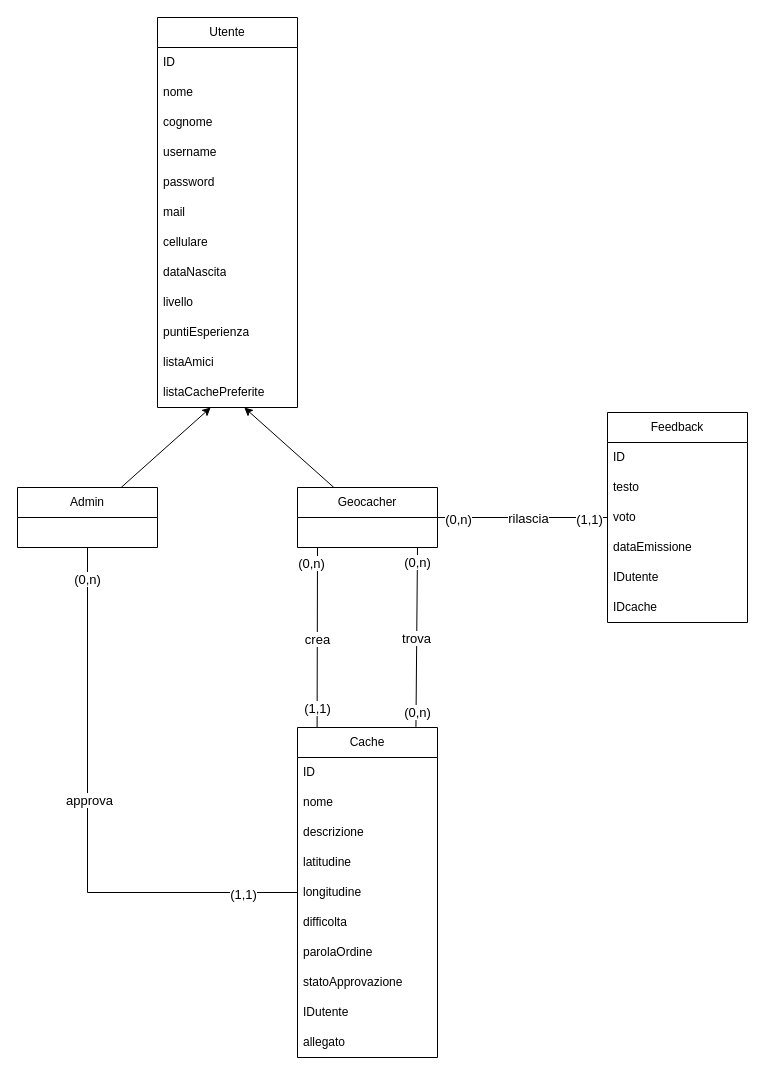
Carmine-Pittella/Applicazione-Mobile keeps this draw.io diagram as Class diagram.drawio. Above is the earlier version. Source tidied: cells renumbered, new cells numbered last; positions are measured from the earlier drawing's top-left corner, leaving out a move shared by most shapes. Both pictures are drawn from the tidied source at 100%, with x=0, y=0 at pixel (17, 17).
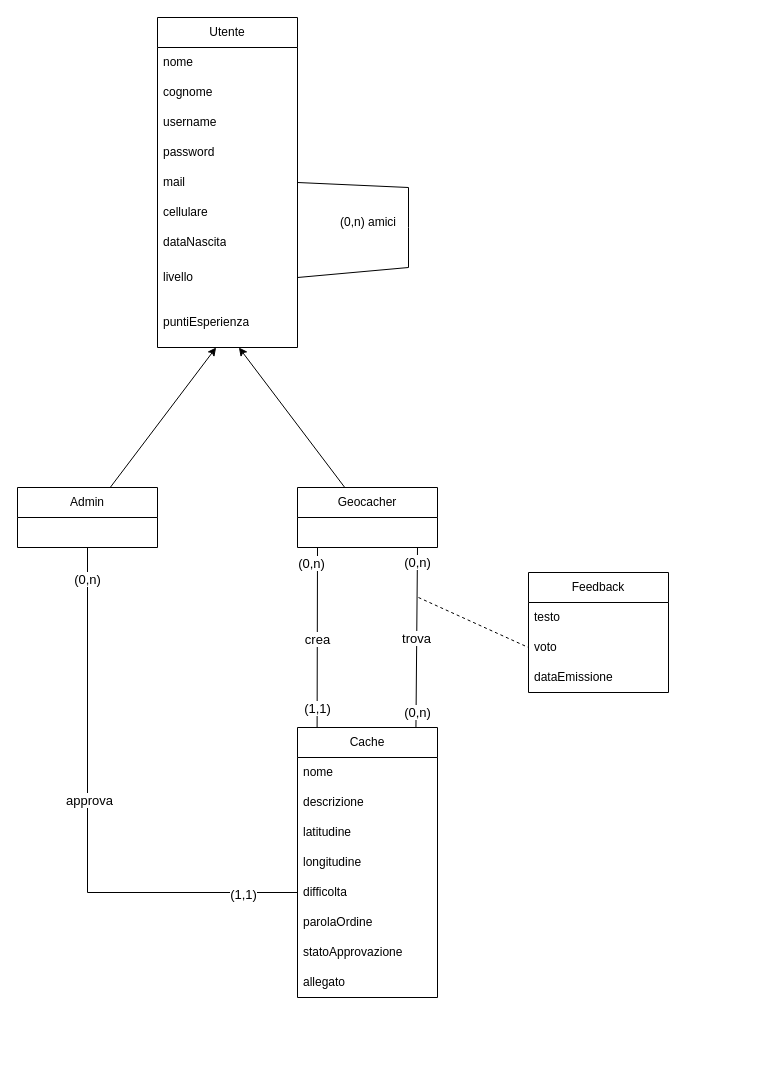
After the change.

Commit message:
class diagram corretto, carmine puzzone

Unchanged cells that the change refers to:
```xml
<mxCell id="30" value="Admin" style="swimlane;fontStyle=0;horizontal=1;startSize=30;whiteSpace=wrap;html=1;" parent="1" vertex="1">
  <mxGeometry y="470" width="140" height="60" as="geometry" />
</mxCell>
<mxCell id="35" value="Geocacher" style="swimlane;fontStyle=0;horizontal=1;startSize=30;whiteSpace=wrap;html=1;" parent="1" vertex="1">
  <mxGeometry x="280" y="470" width="140" height="60" as="geometry" />
</mxCell>
```

Diff of the diagram source:
```diff
@@
     <mxCell id="2" value="Utente" style="swimlane;fontStyle=0;horizontal=1;startSize=30;whiteSpace=wrap;html=1;" parent="1" vertex="1">
-      <mxGeometry x="140" width="140" height="390" as="geometry" />
+      <mxGeometry x="140" width="140" height="330" as="geometry" />
     </mxCell>
-    <mxCell id="3" value="ID" style="text;strokeColor=none;fillColor=none;align=left;verticalAlign=middle;spacingLeft=4;spacingRight=4;overflow=hidden;whiteSpace=wrap;html=1;" parent="2" vertex="1">
-      <mxGeometry y="30" width="140" height="30" as="geometry" />
-    </mxCell>
     <mxCell id="4" value="nome" style="text;strokeColor=none;fillColor=none;align=left;verticalAlign=middle;spacingLeft=4;spacingRight=4;overflow=hidden;whiteSpace=wrap;html=1;" parent="2" vertex="1">
-      <mxGeometry y="60" width="140" height="30" as="geometry" />
+      <mxGeometry y="30" width="140" height="30" as="geometry" />
     </mxCell>
     <mxCell id="5" value="cognome" style="text;strokeColor=none;fillColor=none;align=left;verticalAlign=middle;spacingLeft=4;spacingRight=4;overflow=hidden;whiteSpace=wrap;html=1;" parent="2" vertex="1">
-      <mxGeometry y="90" width="140" height="30" as="geometry" />
+      <mxGeometry y="60" width="140" height="30" as="geometry" />
     </mxCell>
     <mxCell id="6" value="username" style="text;strokeColor=none;fillColor=none;align=left;verticalAlign=middle;spacingLeft=4;spacingRight=4;overflow=hidden;whiteSpace=wrap;html=1;" parent="2" vertex="1">
-      <mxGeometry y="120" width="140" height="30" as="geometry" />
+      <mxGeometry y="90" width="140" height="30" as="geometry" />
     </mxCell>
     <mxCell id="7" value="password" style="text;strokeColor=none;fillColor=none;align=left;verticalAlign=middle;spacingLeft=4;spacingRight=4;overflow=hidden;whiteSpace=wrap;html=1;" parent="2" vertex="1">
-      <mxGeometry y="150" width="140" height="30" as="geometry" />
+      <mxGeometry y="120" width="140" height="30" as="geometry" />
     </mxCell>
     <mxCell id="8" value="mail" style="text;strokeColor=none;fillColor=none;align=left;verticalAlign=middle;spacingLeft=4;spacingRight=4;overflow=hidden;points=[[0,0.5],[1,0.5]];portConstraint=eastwest;whiteSpace=wrap;html=1;" parent="2" vertex="1">
-      <mxGeometry y="180" width="140" height="30" as="geometry" />
+      <mxGeometry y="150" width="140" height="30" as="geometry" />
     </mxCell>
     <mxCell id="9" value="cellulare" style="text;strokeColor=none;fillColor=none;align=left;verticalAlign=middle;spacingLeft=4;spacingRight=4;overflow=hidden;whiteSpace=wrap;html=1;" parent="2" vertex="1">
-      <mxGeometry y="210" width="140" height="30" as="geometry" />
+      <mxGeometry y="180" width="140" height="30" as="geometry" />
     </mxCell>
     <mxCell id="10" value="dataNascita" style="text;strokeColor=none;fillColor=none;align=left;verticalAlign=middle;spacingLeft=4;spacingRight=4;overflow=hidden;whiteSpace=wrap;html=1;" parent="2" vertex="1">
-      <mxGeometry y="240" width="140" height="30" as="geometry" />
+      <mxGeometry y="210" width="140" height="30" as="geometry" />
     </mxCell>
     <mxCell id="11" value="livello" style="text;strokeColor=none;fillColor=none;align=left;verticalAlign=middle;spacingLeft=4;spacingRight=4;overflow=hidden;points=[[0,0.5],[1,0.5]];portConstraint=eastwest;whiteSpace=wrap;html=1;" parent="2" vertex="1">
-      <mxGeometry y="270" width="140" height="30" as="geometry" />
+      <mxGeometry y="240" width="140" height="40" as="geometry" />
     </mxCell>
     <mxCell id="12" value="puntiEsperienza" style="text;strokeColor=none;fillColor=none;align=left;verticalAlign=middle;spacingLeft=4;spacingRight=4;overflow=hidden;whiteSpace=wrap;html=1;" parent="2" vertex="1">
-      <mxGeometry y="300" width="140" height="30" as="geometry" />
+      <mxGeometry y="280" width="140" height="50" as="geometry" />
     </mxCell>
-    <mxCell id="13" value="listaAmici" style="text;strokeColor=none;fillColor=none;align=left;verticalAlign=middle;spacingLeft=4;spacingRight=4;overflow=hidden;whiteSpace=wrap;html=1;" parent="2" vertex="1">
-      <mxGeometry y="330" width="140" height="30" as="geometry" />
-    </mxCell>
-    <mxCell id="14" value="listaCachePreferite" style="text;strokeColor=none;fillColor=none;align=left;verticalAlign=middle;spacingLeft=4;spacingRight=4;overflow=hidden;points=[[0,0.5],[1,0.5]];portConstraint=eastwest;whiteSpace=wrap;html=1;" parent="2" vertex="1">
-      <mxGeometry y="360" width="140" height="30" as="geometry" />
-    </mxCell>
+    <mxCell id="53" style="endArrow=none;html=1;rounded=0;exitX=1;exitY=0.5;exitDx=0;exitDy=0;entryX=1;entryY=0.5;entryDx=0;entryDy=0;" parent="2" edge="1" source="11" target="8">
+      <mxGeometry relative="1" as="geometry">
+        <Array as="points">
+          <mxPoint x="251" y="250" />
+          <mxPoint x="251" y="210" />
+          <mxPoint x="251" y="170" />
+        </Array>
+      </mxGeometry>
+    </mxCell>
     <mxCell id="15" value="Cache" style="swimlane;fontStyle=0;horizontal=1;startSize=30;whiteSpace=wrap;html=1;" parent="1" vertex="1">
-      <mxGeometry x="280" y="710" width="140" height="330" as="geometry" />
+      <mxGeometry x="280" y="710" width="140" height="270" as="geometry" />
     </mxCell>
-    <mxCell id="16" value="ID" style="text;strokeColor=none;fillColor=none;align=left;verticalAlign=middle;spacingLeft=4;spacingRight=4;overflow=hidden;whiteSpace=wrap;html=1;" parent="15" vertex="1">
-      <mxGeometry y="30" width="140" height="30" as="geometry" />
-    </mxCell>
     <mxCell id="17" value="nome" style="text;strokeColor=none;fillColor=none;align=left;verticalAlign=middle;spacingLeft=4;spacingRight=4;overflow=hidden;whiteSpace=wrap;html=1;" parent="15" vertex="1">
-      <mxGeometry y="60" width="140" height="30" as="geometry" />
+      <mxGeometry y="30" width="140" height="30" as="geometry" />
     </mxCell>
     <mxCell id="18" value="descrizione" style="text;strokeColor=none;fillColor=none;align=left;verticalAlign=middle;spacingLeft=4;spacingRight=4;overflow=hidden;whiteSpace=wrap;html=1;" parent="15" vertex="1">
-      <mxGeometry y="90" width="140" height="30" as="geometry" />
+      <mxGeometry y="60" width="140" height="30" as="geometry" />
     </mxCell>
     <mxCell id="19" value="latitudine&amp;nbsp;" style="text;strokeColor=none;fillColor=none;align=left;verticalAlign=middle;spacingLeft=4;spacingRight=4;overflow=hidden;whiteSpace=wrap;html=1;" parent="15" vertex="1">
-      <mxGeometry y="120" width="140" height="30" as="geometry" />
+      <mxGeometry y="90" width="140" height="30" as="geometry" />
     </mxCell>
     <mxCell id="20" value="longitudine" style="text;strokeColor=none;fillColor=none;align=left;verticalAlign=middle;spacingLeft=4;spacingRight=4;overflow=hidden;whiteSpace=wrap;html=1;" parent="15" vertex="1">
-      <mxGeometry y="150" width="140" height="30" as="geometry" />
+      <mxGeometry y="120" width="140" height="30" as="geometry" />
     </mxCell>
     <mxCell id="21" value="difficolta" style="text;strokeColor=none;fillColor=none;align=left;verticalAlign=middle;spacingLeft=4;spacingRight=4;overflow=hidden;points=[[0,0.5],[1,0.5]];portConstraint=eastwest;whiteSpace=wrap;html=1;" parent="15" vertex="1">
-      <mxGeometry y="180" width="140" height="30" as="geometry" />
+      <mxGeometry y="150" width="140" height="30" as="geometry" />
     </mxCell>
     <mxCell id="22" value="parolaOrdine" style="text;strokeColor=none;fillColor=none;align=left;verticalAlign=middle;spacingLeft=4;spacingRight=4;overflow=hidden;whiteSpace=wrap;html=1;" parent="15" vertex="1">
-      <mxGeometry y="210" width="140" height="30" as="geometry" />
+      <mxGeometry y="180" width="140" height="30" as="geometry" />
     </mxCell>
     <mxCell id="23" value="statoApprovazione" style="text;strokeColor=none;fillColor=none;align=left;verticalAlign=middle;spacingLeft=4;spacingRight=4;overflow=hidden;whiteSpace=wrap;html=1;" parent="15" vertex="1">
-      <mxGeometry y="240" width="140" height="30" as="geometry" />
+      <mxGeometry y="210" width="140" height="30" as="geometry" />
     </mxCell>
-    <mxCell id="24" value="IDutente" style="text;strokeColor=none;fillColor=none;align=left;verticalAlign=middle;spacingLeft=4;spacingRight=4;overflow=hidden;whiteSpace=wrap;html=1;" parent="15" vertex="1">
-      <mxGeometry y="270" width="140" height="30" as="geometry" />
-    </mxCell>
     <mxCell id="25" value="allegato" style="text;strokeColor=none;fillColor=none;align=left;verticalAlign=middle;spacingLeft=4;spacingRight=4;overflow=hidden;whiteSpace=wrap;html=1;" parent="15" vertex="1">
-      <mxGeometry y="300" width="140" height="30" as="geometry" />
+      <mxGeometry y="240" width="140" height="30" as="geometry" />
     </mxCell>
@@
-    <mxCell id="31" style="endArrow=none;html=1;rounded=0;" parent="1" edge="1" source="30" target="15">
+    <mxCell id="31" style="endArrow=none;html=1;rounded=0;entryX=0;entryY=0.5;entryDx=0;entryDy=0;" parent="1" edge="1" source="30" target="21">
       <mxGeometry relative="1" as="geometry">
         <Array as="points">
           <mxPoint x="70" y="875" />
         </Array>
       </mxGeometry>
     </mxCell>
@@
-    <mxCell id="36" style="endArrow=none;html=1;rounded=0;" parent="1" edge="1" source="40" target="35">
-      <mxGeometry relative="1" as="geometry" />
-    </mxCell>
-    <mxCell id="37" value="&lt;font style=&quot;font-size: 13px;&quot;&gt;rilascia&lt;/font&gt;" style="edgeLabel;html=1;align=center;verticalAlign=middle;" parent="36" vertex="1">
-      <mxGeometry x="0.17" y="1" relative="1" as="geometry">
-        <mxPoint x="19" y="-1" as="offset" />
-      </mxGeometry>
-    </mxCell>
-    <mxCell id="38" value="(0,n)" style="edgeLabel;html=1;align=center;verticalAlign=middle;fontSize=13;" parent="36" vertex="1">
-      <mxGeometry x="0.85" y="1" relative="1" as="geometry">
-        <mxPoint x="7" as="offset" />
-      </mxGeometry>
-    </mxCell>
-    <mxCell id="39" value="&lt;font style=&quot;font-size: 13px;&quot;&gt;(1,1)&lt;/font&gt;" style="edgeLabel;html=1;align=center;verticalAlign=middle;" parent="36" vertex="1">
-      <mxGeometry x="-0.78" y="1" relative="1" as="geometry" />
-    </mxCell>
     <mxCell id="40" value="Feedback" style="swimlane;fontStyle=0;horizontal=1;startSize=30;whiteSpace=wrap;html=1;" parent="1" vertex="1">
-      <mxGeometry x="590" y="395" width="140" height="210" as="geometry" />
+      <mxGeometry x="511" y="555" width="140" height="120" as="geometry" />
     </mxCell>
-    <mxCell id="41" value="ID" style="text;strokeColor=none;fillColor=none;align=left;verticalAlign=middle;spacingLeft=4;spacingRight=4;overflow=hidden;whiteSpace=wrap;html=1;" parent="40" vertex="1">
-      <mxGeometry y="30" width="140" height="30" as="geometry" />
-    </mxCell>
     <mxCell id="42" value="testo" style="text;strokeColor=none;fillColor=none;align=left;verticalAlign=middle;spacingLeft=4;spacingRight=4;overflow=hidden;whiteSpace=wrap;html=1;" parent="40" vertex="1">
-      <mxGeometry y="60" width="140" height="30" as="geometry" />
+      <mxGeometry y="30" width="140" height="30" as="geometry" />
     </mxCell>
     <mxCell id="43" value="voto" style="text;strokeColor=none;fillColor=none;align=left;verticalAlign=middle;spacingLeft=4;spacingRight=4;overflow=hidden;points=[[0,0.5],[1,0.5]];portConstraint=eastwest;whiteSpace=wrap;html=1;" parent="40" vertex="1">
-      <mxGeometry y="90" width="140" height="30" as="geometry" />
+      <mxGeometry y="60" width="140" height="30" as="geometry" />
     </mxCell>
     <mxCell id="44" value="dataEmissione" style="text;strokeColor=none;fillColor=none;align=left;verticalAlign=middle;spacingLeft=4;spacingRight=4;overflow=hidden;whiteSpace=wrap;html=1;" parent="40" vertex="1">
-      <mxGeometry y="120" width="140" height="30" as="geometry" />
+      <mxGeometry y="90" width="140" height="30" as="geometry" />
     </mxCell>
-    <mxCell id="45" value="IDutente" style="text;strokeColor=none;fillColor=none;align=left;verticalAlign=middle;spacingLeft=4;spacingRight=4;overflow=hidden;whiteSpace=wrap;html=1;" parent="40" vertex="1">
-      <mxGeometry y="150" width="140" height="30" as="geometry" />
-    </mxCell>
-    <mxCell id="46" value="IDcache" style="text;strokeColor=none;fillColor=none;align=left;verticalAlign=middle;spacingLeft=4;spacingRight=4;overflow=hidden;whiteSpace=wrap;html=1;" parent="40" vertex="1">
-      <mxGeometry y="180" width="140" height="30" as="geometry" />
-    </mxCell>
@@
-    <mxCell id="51" style="endArrow=classic;html=1;rounded=0;" parent="1" edge="1" source="30" target="14">
-      <mxGeometry relative="1" as="geometry" />
+    <mxCell id="51" style="endArrow=classic;html=1;rounded=0;" parent="1" edge="1" source="30">
+      <mxGeometry relative="1" as="geometry">
+        <mxPoint x="198.6" y="330" as="targetPoint" />
+      </mxGeometry>
     </mxCell>
-    <mxCell id="52" style="endArrow=classic;html=1;rounded=0;" parent="1" edge="1" source="35" target="14">
-      <mxGeometry relative="1" as="geometry" />
+    <mxCell id="52" style="endArrow=classic;html=1;rounded=0;" parent="1" edge="1" source="35">
+      <mxGeometry relative="1" as="geometry">
+        <mxPoint x="221.4" y="330" as="targetPoint" />
+      </mxGeometry>
     </mxCell>
+    <mxCell id="54" value="(0,n) amici" style="text;html=1;strokeColor=none;fillColor=none;align=center;verticalAlign=middle;whiteSpace=wrap;rounded=0;" parent="1" vertex="1">
+      <mxGeometry x="321" y="190" width="60" height="30" as="geometry" />
+    </mxCell>
+    <mxCell id="55" style="endArrow=none;dashed=1;html=1;rounded=0;entryX=0;entryY=0.5;entryDx=0;entryDy=0;" parent="1" edge="1" target="43">
+      <mxGeometry relative="1" as="geometry">
+        <mxPoint x="401" y="580" as="sourcePoint" />
+      </mxGeometry>
+    </mxCell>
```
